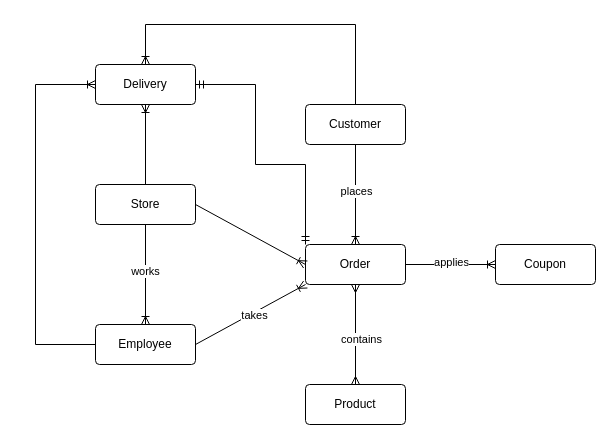
Earlier version of the draw.io diagram PizzaDB/PracticePizzaDB.drawio (Devekr63/EssentialSQLSamples). Source tidied: cells renumbered, new cells numbered last; positions are measured from the earlier drawing's top-left corner, leaving out a move shared by most shapes. Both pictures are drawn from the tidied source at 100%, with x=0, y=0 at pixel (35, 24).
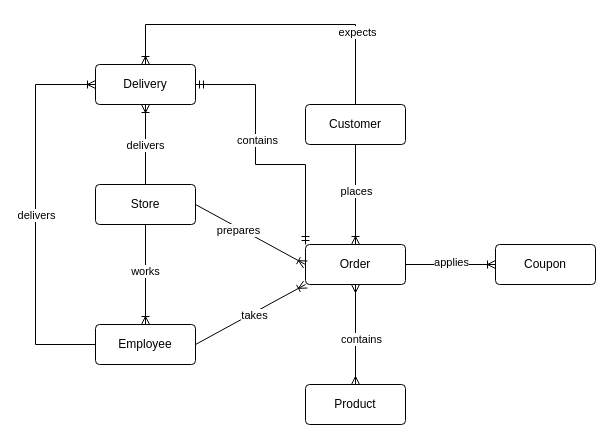
The same diagram, later.

Unchanged cells that the change refers to:
```xml
<mxCell id="14" style="fontSize=12;html=1;endArrow=ERoneToMany;rounded=0;exitX=1;exitY=0.5;exitDx=0;exitDy=0;entryX=0;entryY=0.5;entryDx=0;entryDy=0;" parent="1" edge="1" source="2" target="6">
  <mxGeometry relative="1" as="geometry" />
</mxCell>
<mxCell id="20" style="fontSize=12;html=1;endArrow=ERmandOne;startArrow=ERmandOne;rounded=0;exitX=1;exitY=0.5;exitDx=0;exitDy=0;entryX=0;entryY=0;entryDx=0;entryDy=0;edgeStyle=orthogonalEdgeStyle;" parent="1" edge="1" source="19" target="6">
  <mxGeometry relative="1" as="geometry">
    <Array as="points">
      <mxPoint x="220" y="60" />
      <mxPoint x="220" y="140" />
      <mxPoint x="270" y="140" />
    </Array>
  </mxGeometry>
</mxCell>
<mxCell id="21" style="fontSize=12;html=1;endArrow=ERoneToMany;rounded=0;exitX=0.5;exitY=0;exitDx=0;exitDy=0;entryX=0.5;entryY=0;entryDx=0;entryDy=0;edgeStyle=orthogonalEdgeStyle;" parent="1" edge="1" source="3" target="19">
  <mxGeometry relative="1" as="geometry">
    <Array as="points">
      <mxPoint x="320" />
      <mxPoint x="110" />
    </Array>
  </mxGeometry>
</mxCell>
<mxCell id="22" style="edgeStyle=orthogonalEdgeStyle;fontSize=12;html=1;endArrow=ERoneToMany;rounded=0;exitX=0;exitY=0.5;exitDx=0;exitDy=0;entryX=0;entryY=0.5;entryDx=0;entryDy=0;" parent="1" edge="1" source="4" target="19">
  <mxGeometry relative="1" as="geometry">
    <Array as="points">
      <mxPoint y="320" />
      <mxPoint y="60" />
    </Array>
  </mxGeometry>
</mxCell>
<mxCell id="23" style="fontSize=12;html=1;endArrow=ERoneToMany;rounded=0;exitX=0.5;exitY=0;exitDx=0;exitDy=0;entryX=0.5;entryY=1;entryDx=0;entryDy=0;" parent="1" edge="1" source="2" target="19">
  <mxGeometry relative="1" as="geometry" />
</mxCell>
```

What changed in the source:
```diff
@@
+    <mxCell id="24" value="prepares" style="edgeLabel;html=1;align=center;verticalAlign=middle;" parent="14" vertex="1">
+      <mxGeometry x="-0.21" y="-2" relative="1" as="geometry" />
+    </mxCell>
@@
+    <mxCell id="25" value="contains" style="edgeLabel;html=1;align=center;verticalAlign=middle;" parent="20" vertex="1">
+      <mxGeometry x="-0.15" y="1" relative="1" as="geometry" />
+    </mxCell>
@@
+    <mxCell id="26" value="expects" style="edgeLabel;html=1;align=center;verticalAlign=middle;" parent="21" vertex="1">
+      <mxGeometry x="-0.56" y="-1" relative="1" as="geometry" />
+    </mxCell>
@@
+    <mxCell id="27" value="delivers" style="edgeLabel;html=1;align=center;verticalAlign=middle;" parent="22" vertex="1">
+      <mxGeometry relative="1" as="geometry" />
+    </mxCell>
@@
+    <mxCell id="28" value="delivers" style="edgeLabel;html=1;align=center;verticalAlign=middle;" parent="23" vertex="1">
+      <mxGeometry x="-0.01" y="1" relative="1" as="geometry" />
+    </mxCell>
```
